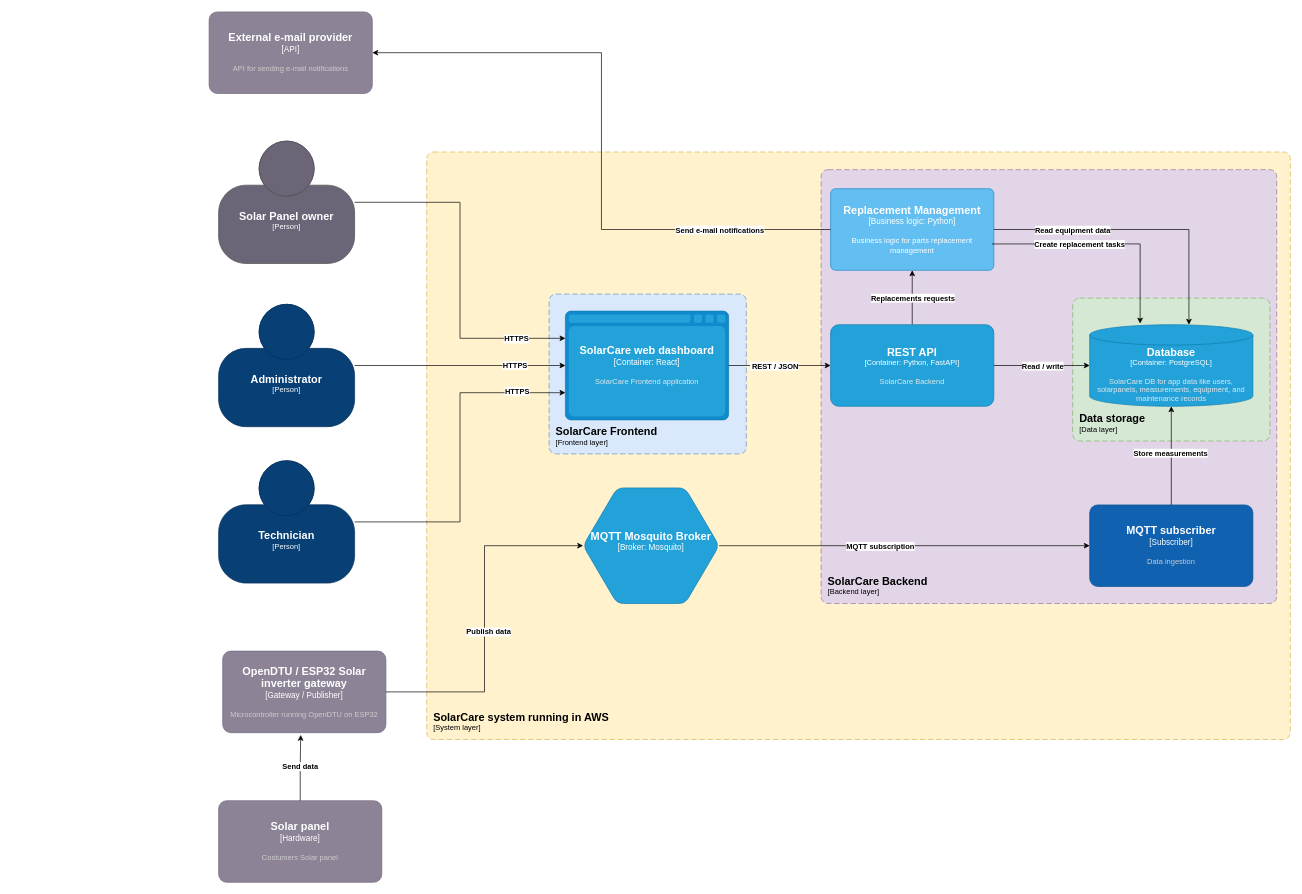
This is diagrams/architecture/SolarCare.drawio from SolarCare-school-project/SolarCare, a draw.io file, before an edit. Source tidied: cells renumbered, new cells numbered last; positions are measured from the earlier drawing's top-left corner, leaving out a move shared by most shapes. Both pictures are drawn from the tidied source at 68%, with x=0, y=0 at pixel (209, 12).
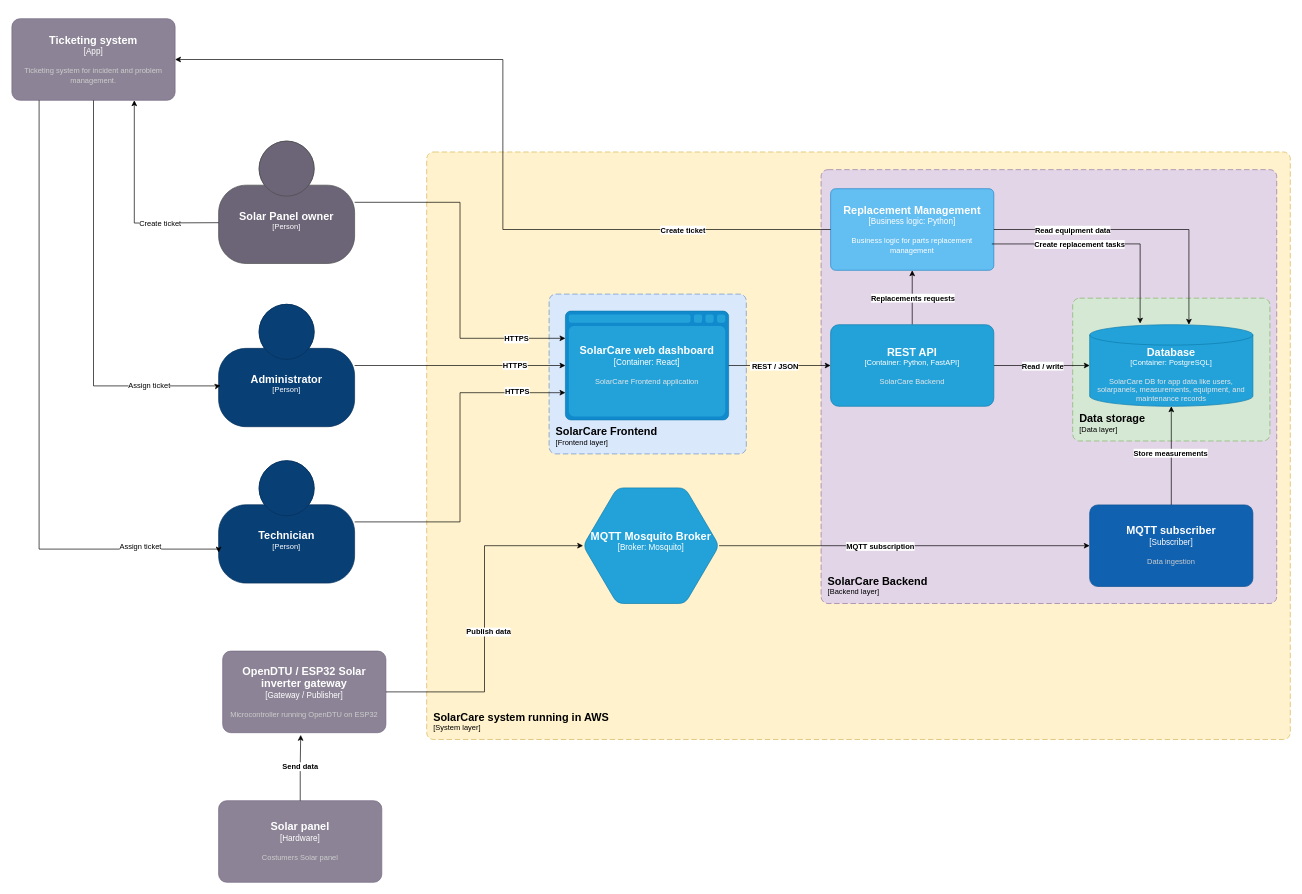
The same page after the edit.

Commit message (it also covers changes not shown here):
Add support levels, responsibilities, and SLAs to README; update architecture diagram

The change refers to these unchanged cells:
```xml
<object id="10" label="&lt;font style=&quot;font-size: 16px&quot;&gt;&lt;b&gt;%c4Name%&lt;/b&gt;&lt;/font&gt;&lt;div&gt;[%c4Type%]&lt;/div&gt;&lt;br&gt;&lt;div&gt;&lt;font style=&quot;font-size: 11px&quot;&gt;&lt;font color=&quot;#cccccc&quot;&gt;%c4Description%&lt;/font&gt;&lt;/div&gt;" c4Description="" c4Name="Technician" c4Type="Person" placeholders="1">
  <mxCell style="html=1;fontSize=11;dashed=0;whiteSpace=wrap;fillColor=#083F75;strokeColor=#06315C;fontColor=#ffffff;shape=mxgraph.c4.person2;align=center;points=[[0.5,0,0],[1,0.5,0],[1,0.75,0],[0.75,1,0],[0.5,1,0],[0.25,1,0],[0,0.75,0],[0,0.5,0]];" parent="1" vertex="1">
    <mxGeometry x="14" y="660" width="200" height="180" as="geometry" />
  </mxCell>
</object>
<object id="12" label="&lt;font style=&quot;font-size: 16px&quot;&gt;&lt;b&gt;%c4Name%&lt;/b&gt;&lt;/font&gt;&lt;div&gt;[%c4Type%]&lt;/div&gt;&lt;br&gt;&lt;div&gt;&lt;font style=&quot;font-size: 11px&quot;&gt;&lt;font color=&quot;#cccccc&quot;&gt;%c4Description%&lt;/font&gt;&lt;/div&gt;" c4Description="" c4Name="Administrator" c4Type="Person" placeholders="1">
  <mxCell style="html=1;fontSize=11;dashed=0;whiteSpace=wrap;fillColor=#083F75;strokeColor=#06315C;fontColor=#ffffff;shape=mxgraph.c4.person2;align=center;points=[[0.5,0,0],[1,0.5,0],[1,0.75,0],[0.75,1,0],[0.5,1,0],[0.25,1,0],[0,0.75,0],[0,0.5,0]];" parent="1" vertex="1">
    <mxGeometry x="14" y="430" width="200" height="180" as="geometry" />
  </mxCell>
</object>
<mxCell id="36" style="edgeStyle=orthogonalEdgeStyle;rounded=0;jettySize=auto;html=1;exitX=0;exitY=0.5;exitDx=0;exitDy=0;exitPerimeter=0;entryX=1;entryY=0.5;entryDx=0;entryDy=0;entryPerimeter=0;defaultLabelBackgroundColor=page;" parent="1" edge="1" source="32" target="35">
  <mxGeometry relative="1" as="geometry" />
</mxCell>
```

Diff of the diagram source:
```diff
@@
-    <object id="35" label="&lt;font style=&quot;font-size: 16px&quot;&gt;&lt;b&gt;%c4Name%&lt;/b&gt;&lt;/font&gt;&lt;div&gt;[%c4Type%]&lt;/div&gt;&lt;br&gt;&lt;div&gt;&lt;font style=&quot;font-size: 11px&quot;&gt;&lt;font color=&quot;#cccccc&quot;&gt;%c4Description%&lt;/font&gt;&lt;/div&gt;" c4Description="API for sending e-mail notifications" c4Name="External e-mail provider" c4Type="API" placeholders="1">
+    <object id="35" label="&lt;font style=&quot;font-size: 16px&quot;&gt;&lt;b&gt;%c4Name%&lt;/b&gt;&lt;/font&gt;&lt;div&gt;[%c4Type%]&lt;/div&gt;&lt;br&gt;&lt;div&gt;&lt;font style=&quot;font-size: 11px&quot;&gt;&lt;font color=&quot;#cccccc&quot;&gt;%c4Description%&lt;/font&gt;&lt;/div&gt;" c4Description="Ticketing system for incident and problem management." c4Name="Ticketing system" c4Type="App" placeholders="1">
       <mxCell style="rounded=1;whiteSpace=wrap;html=1;labelBackgroundColor=none;fillColor=#8C8496;fontColor=#ffffff;align=center;arcSize=10;strokeColor=#736782;points=[[0.25,0,0],[0.5,0,0],[0.75,0,0],[1,0.25,0],[1,0.5,0],[1,0.75,0],[0.75,1,0],[0.5,1,0],[0.25,1,0],[0,0.75,0],[0,0.5,0],[0,0.25,0]];" parent="1" vertex="1">
-        <mxGeometry width="240" height="120" as="geometry" />
+        <mxGeometry x="-290" y="10" width="240" height="120" as="geometry" />
       </mxCell>
     </object>
@@
-    <mxCell id="37" value="&lt;b&gt;Send e-mail notifications&lt;/b&gt;" style="edgeLabel;html=1;align=center;verticalAlign=middle;inheritText=1;defaultLabelBackgroundColor=page;" parent="36" vertex="1">
+    <mxCell id="37" value="&lt;b&gt;Create ticket&lt;/b&gt;" style="edgeLabel;html=1;align=center;verticalAlign=middle;inheritText=1;defaultLabelBackgroundColor=page;" parent="36" vertex="1">
       <mxGeometry x="-0.62" y="-3" relative="1" as="geometry">
         <mxPoint x="13" y="3" as="offset" />
       </mxGeometry>
     </mxCell>
@@
+    <mxCell id="43" style="edgeStyle=orthogonalEdgeStyle;rounded=0;jettySize=auto;html=1;entryX=0.75;entryY=1;entryDx=0;entryDy=0;entryPerimeter=0;defaultLabelBackgroundColor=page;" parent="1" edge="1" target="35">
+      <mxGeometry x="-0.1" relative="1" as="geometry">
+        <mxPoint x="14" y="310" as="sourcePoint" />
+      </mxGeometry>
+    </mxCell>
+    <mxCell id="44" value="Create ticket" style="edgeLabel;html=1;align=center;verticalAlign=middle;inheritText=1;defaultLabelBackgroundColor=page;" parent="43" vertex="1">
+      <mxGeometry x="-0.43" relative="1" as="geometry" />
+    </mxCell>
+    <mxCell id="45" style="edgeStyle=orthogonalEdgeStyle;rounded=0;jettySize=auto;html=1;entryX=0.014;entryY=0.664;entryDx=0;entryDy=0;entryPerimeter=0;defaultLabelBackgroundColor=page;exitX=0.5;exitY=1;exitDx=0;exitDy=0;exitPerimeter=0;" parent="1" edge="1" source="35" target="12">
+      <mxGeometry x="0.03" relative="1" as="geometry">
+        <Array as="points">
+          <mxPoint x="-170" y="550" />
+          <mxPoint x="14" y="550" />
+        </Array>
+      </mxGeometry>
+    </mxCell>
+    <mxCell id="46" value="Assign ticket" style="edgeLabel;html=1;align=center;verticalAlign=middle;inheritText=1;defaultLabelBackgroundColor=page;" parent="45" vertex="1">
+      <mxGeometry x="0.65" y="2" relative="1" as="geometry" />
+    </mxCell>
+    <mxCell id="47" style="edgeStyle=orthogonalEdgeStyle;rounded=0;jettySize=auto;html=1;entryX=0;entryY=0.75;entryDx=0;entryDy=0;entryPerimeter=0;defaultLabelBackgroundColor=page;" parent="1" edge="1" source="35" target="10">
+      <mxGeometry relative="1" as="geometry">
+        <Array as="points">
+          <mxPoint x="-250" y="790" />
+          <mxPoint x="14" y="790" />
+        </Array>
+      </mxGeometry>
+    </mxCell>
+    <mxCell id="48" value="Assign ticket" style="edgeLabel;html=1;align=center;verticalAlign=middle;inheritText=1;defaultLabelBackgroundColor=page;" parent="47" vertex="1">
+      <mxGeometry x="0.72" y="-6" relative="1" as="geometry">
+        <mxPoint x="9" y="-11" as="offset" />
+      </mxGeometry>
+    </mxCell>
```
